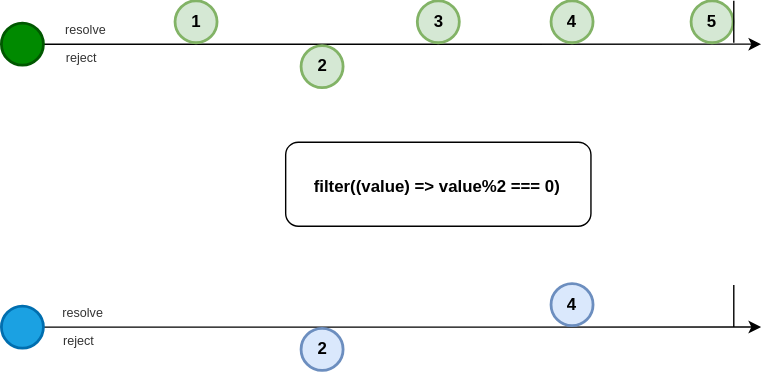
fluthjs/fluth-doc keeps this draw.io diagram as docs/public/filter.drawio.svg. Above is the earlier version. Source tidied: cells renumbered, new cells last; positions are measured from the earlier drawing's top-left corner, leaving out a move shared by most shapes. Source of this version:
```xml
<mxGraphModel>
  <root>
    <mxCell id="0" />
    <mxCell id="1" parent="0" />
    <mxCell id="2" style="edgeStyle=orthogonalEdgeStyle;rounded=0;jettySize=auto;html=1;" parent="1" edge="1" source="3">
      <mxGeometry relative="1" as="geometry">
        <mxPoint x="542" y="31" as="targetPoint" />
      </mxGeometry>
    </mxCell>
    <mxCell id="3" style="ellipse;whiteSpace=wrap;html=1;strokeWidth=2;fontStyle=1;fillColor=#008a00;fontColor=#ffffff;strokeColor=#005700;" parent="1" vertex="1">
      <mxGeometry x="-0.5" y="16" width="30" height="30" as="geometry" />
    </mxCell>
    <mxCell id="4" value="1" style="ellipse;whiteSpace=wrap;html=1;strokeWidth=2;fontStyle=1;fillColor=#d5e8d4;strokeColor=#82b366;" parent="1" vertex="1">
      <mxGeometry x="123.5" width="30" height="30" as="geometry" />
    </mxCell>
    <mxCell id="5" value="2" style="ellipse;whiteSpace=wrap;html=1;strokeWidth=2;fontStyle=1;fillColor=#d5e8d4;strokeColor=#82b366;" parent="1" vertex="1">
      <mxGeometry x="213.5" y="32" width="30" height="30" as="geometry" />
    </mxCell>
    <mxCell id="6" value="3" style="ellipse;whiteSpace=wrap;html=1;strokeWidth=2;fontStyle=1;fillColor=#d5e8d4;strokeColor=#82b366;" parent="1" vertex="1">
      <mxGeometry x="296.5" width="30" height="30" as="geometry" />
    </mxCell>
    <mxCell id="7" style="edgeStyle=orthogonalEdgeStyle;rounded=0;jettySize=auto;html=1;" parent="1" edge="1" source="8">
      <mxGeometry relative="1" as="geometry">
        <mxPoint x="542" y="233" as="targetPoint" />
      </mxGeometry>
    </mxCell>
    <mxCell id="8" style="ellipse;whiteSpace=wrap;html=1;strokeWidth=2;fontStyle=1;fillColor=#1ba1e2;fontColor=#ffffff;strokeColor=#006EAF;" parent="1" vertex="1">
      <mxGeometry x="-0.5" y="218" width="30" height="30" as="geometry" />
    </mxCell>
    <mxCell id="9" value="2" style="ellipse;whiteSpace=wrap;html=1;strokeWidth=2;fontStyle=1;fillColor=#dae8fc;strokeColor=#6c8ebf;" parent="1" vertex="1">
      <mxGeometry x="213.5" y="234" width="30" height="30" as="geometry" />
    </mxCell>
    <mxCell id="10" value="resolve" style="text;html=1;align=center;verticalAlign=middle;whiteSpace=wrap;rounded=0;fontSize=9;fontColor=#333333;" parent="1" vertex="1">
      <mxGeometry x="29.5" y="6" width="60" height="30" as="geometry" />
    </mxCell>
    <mxCell id="11" value="reject" style="text;html=1;align=center;verticalAlign=middle;whiteSpace=wrap;rounded=0;fontSize=9;fontColor=#333333;" parent="1" vertex="1">
      <mxGeometry x="26.5" y="26" width="60" height="30" as="geometry" />
    </mxCell>
    <mxCell id="12" value="resolve" style="text;html=1;align=center;verticalAlign=middle;whiteSpace=wrap;rounded=0;fontSize=9;fontColor=#333333;" parent="1" vertex="1">
      <mxGeometry x="28" y="208" width="60" height="30" as="geometry" />
    </mxCell>
    <mxCell id="13" value="reject" style="text;html=1;align=center;verticalAlign=middle;whiteSpace=wrap;rounded=0;fontSize=9;fontColor=#333333;" parent="1" vertex="1">
      <mxGeometry x="25" y="228" width="60" height="30" as="geometry" />
    </mxCell>
    <mxCell id="14" style="group;" parent="1" vertex="1">
      <mxGeometry x="202.5" y="101" width="218" height="60" as="geometry" />
    </mxCell>
    <mxCell id="15" style="rounded=1;whiteSpace=wrap;html=1;" parent="14" vertex="1">
      <mxGeometry width="218" height="60" as="geometry" />
    </mxCell>
    <mxCell id="16" value="filter((value) =&gt; value%2 === 0)" style="text;whiteSpace=wrap;strokeWidth=1;fontStyle=1;" parent="14" vertex="1">
      <mxGeometry x="19" y="18" width="180" height="24" as="geometry" />
    </mxCell>
    <mxCell id="17" value="4" style="ellipse;whiteSpace=wrap;html=1;strokeWidth=2;fontStyle=1;fillColor=#d5e8d4;strokeColor=#82b366;" parent="1" vertex="1">
      <mxGeometry x="392" width="30" height="30" as="geometry" />
    </mxCell>
    <mxCell id="18" value="5" style="ellipse;whiteSpace=wrap;html=1;strokeWidth=2;fontStyle=1;fillColor=#d5e8d4;strokeColor=#82b366;" parent="1" vertex="1">
      <mxGeometry x="492" width="30" height="30" as="geometry" />
    </mxCell>
    <mxCell id="19" value="4" style="ellipse;whiteSpace=wrap;html=1;strokeWidth=2;fontStyle=1;fillColor=#dae8fc;strokeColor=#6c8ebf;" parent="1" vertex="1">
      <mxGeometry x="392" y="202" width="30" height="30" as="geometry" />
    </mxCell>
    <mxCell id="20" style="endArrow=none;html=1;rounded=0;strokeWidth=1;" parent="1" edge="1">
      <mxGeometry relative="1" as="geometry">
        <mxPoint x="522.5" y="30" as="sourcePoint" />
        <mxPoint x="522.5" as="targetPoint" />
      </mxGeometry>
    </mxCell>
    <mxCell id="21" style="endArrow=none;html=1;rounded=0;strokeWidth=1;" parent="1" edge="1">
      <mxGeometry relative="1" as="geometry">
        <mxPoint x="522.5" y="233" as="sourcePoint" />
        <mxPoint x="522.5" y="203" as="targetPoint" />
      </mxGeometry>
    </mxCell>
  </root>
</mxGraphModel>
```
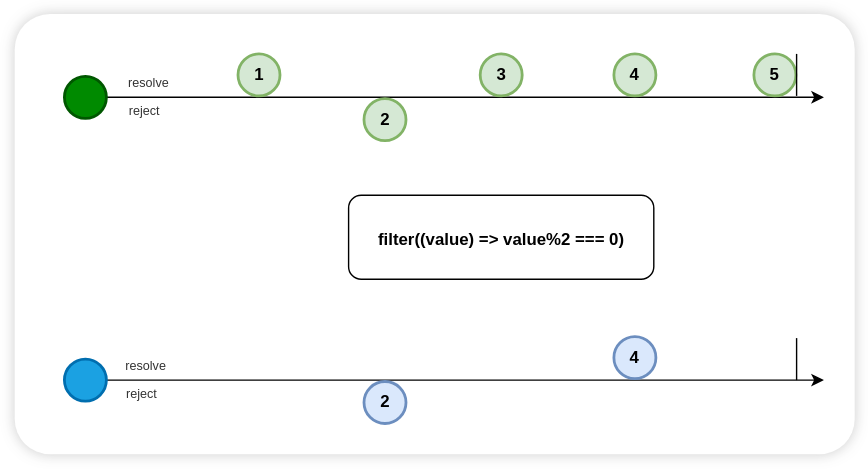
Later version of the same file.

Change to the diagram source:
```diff
@@ -2,6 +2,9 @@
   <root>
     <mxCell id="0" />
     <mxCell id="1" parent="0" />
+    <mxCell id="22" style="rounded=1;whiteSpace=wrap;html=1;fontFamily=Helvetica;fontSize=11;fontColor=default;labelBackgroundColor=default;arcSize=8;shadow=1;glass=0;strokeColor=none;shadowOffsetX=0;shadowOffsetY=0;shadowBlur=5;shadowColor=#333333;" parent="1" vertex="1">
+      <mxGeometry x="-36" y="-28.5" width="600" height="314.5" as="geometry" />
+    </mxCell>
     <mxCell id="2" style="edgeStyle=orthogonalEdgeStyle;rounded=0;jettySize=auto;html=1;" parent="1" edge="1" source="3">
       <mxGeometry relative="1" as="geometry">
         <mxPoint x="542" y="31" as="targetPoint" />
```
